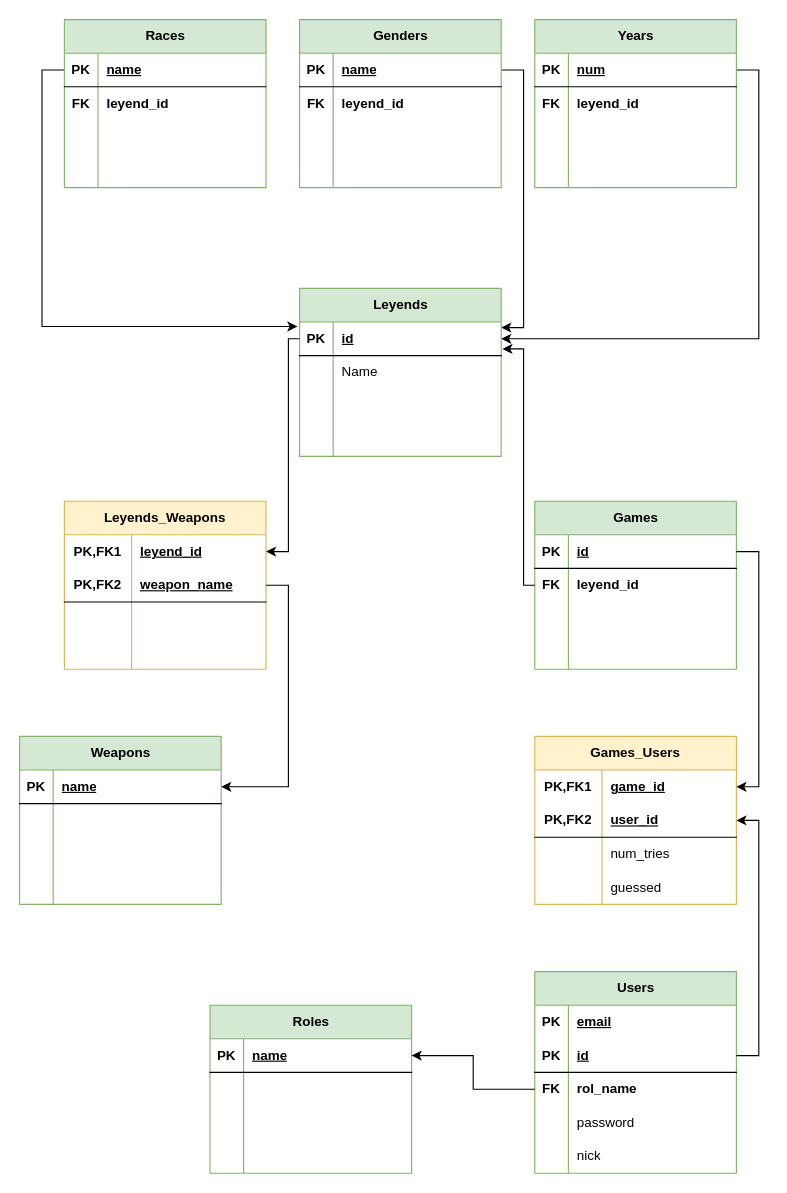
Earlier version of the draw.io diagram SQL/Diagram/Relational-Model.drawio (Angel-L-G/Brawdle). Source tidied: cells renumbered, new cells numbered last; positions are measured from the earlier drawing's top-left corner, leaving out a move shared by most shapes. Both pictures are drawn from the tidied source at 112%, with x=0, y=0 at pixel (19, 19).
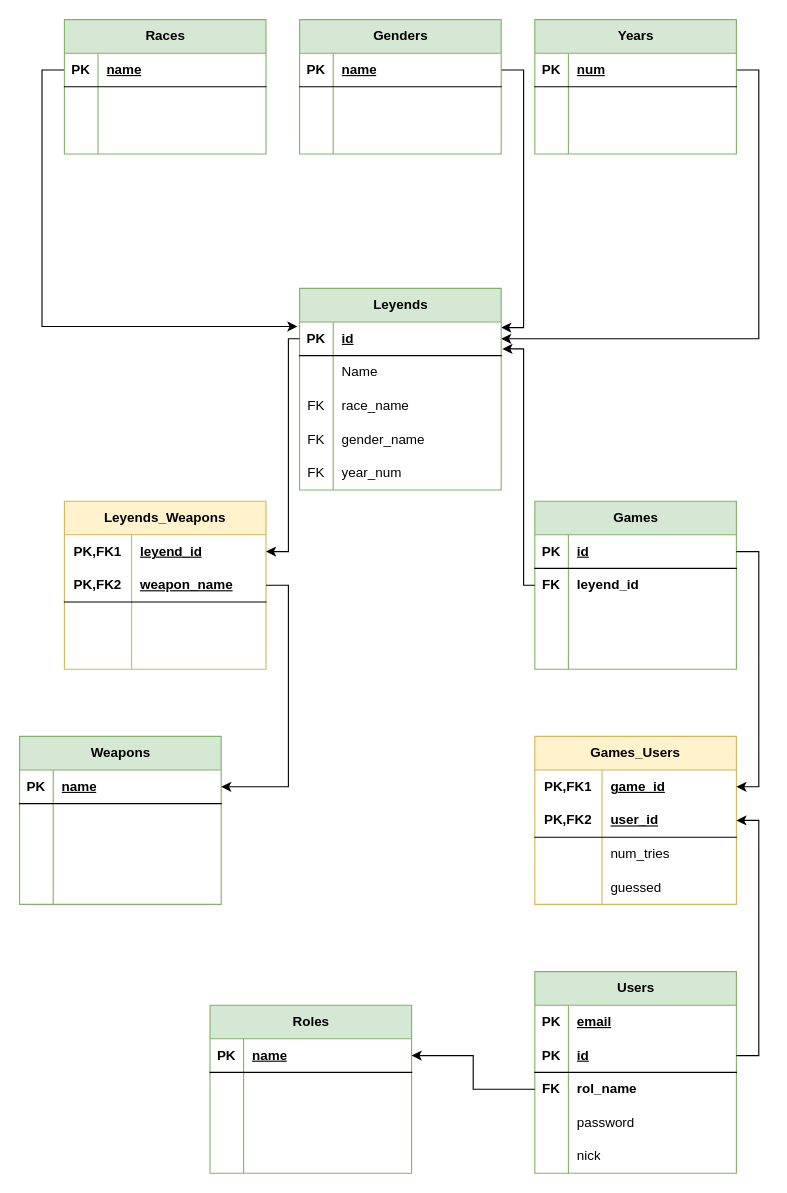
After the change.

Commit message:
fix: fixed tables fk were wrong Relational-Model.drawio

The change refers to these unchanged cells:
```xml
<mxCell id="64" style="shape=tableRow;horizontal=0;startSize=0;swimlaneHead=0;swimlaneBody=0;fillColor=none;top=0;left=0;right=0;bottom=0;" parent="57" vertex="1">
  <mxGeometry y="90" width="180" height="30" as="geometry" />
</mxCell>
<mxCell id="67" style="shape=tableRow;horizontal=0;startSize=0;swimlaneHead=0;swimlaneBody=0;fillColor=none;top=0;left=0;right=0;bottom=0;" parent="57" vertex="1">
  <mxGeometry y="120" width="180" height="30" as="geometry" />
</mxCell>
```

Diff of the diagram source:
```diff
@@
     <mxCell id="3" value="Races" style="shape=table;startSize=30;childLayout=tableLayout;rowLines=0;fontStyle=1;align=center;html=1;fillColor=#d5e8d4;strokeColor=#82b366;" parent="1" vertex="1">
-      <mxGeometry x="40" width="180" height="150" as="geometry" />
+      <mxGeometry x="40" width="180" height="120" as="geometry" />
     </mxCell>
@@
-    <mxCell id="7" style="shape=tableRow;horizontal=0;startSize=0;swimlaneHead=0;swimlaneBody=0;fillColor=none;top=0;left=0;right=0;bottom=0;" parent="3" vertex="1">
-      <mxGeometry y="60" width="180" height="30" as="geometry" />
-    </mxCell>
-    <mxCell id="8" value="&lt;b&gt;FK&lt;/b&gt;" style="shape=partialRectangle;fillColor=none;top=0;left=0;bottom=0;right=0;overflow=hidden;whiteSpace=wrap;html=1;" parent="7" vertex="1">
-      <mxGeometry width="30" height="30" as="geometry" />
-    </mxCell>
-    <mxCell id="9" value="&lt;b style=&quot;border-color: var(--border-color);&quot;&gt;leyend_id&lt;/b&gt;" style="shape=partialRectangle;fillColor=none;top=0;left=0;bottom=0;right=0;align=left;spacingLeft=6;overflow=hidden;whiteSpace=wrap;html=1;" parent="7" vertex="1">
-      <mxGeometry x="30" width="150" height="30" as="geometry" />
-    </mxCell>
     <mxCell id="10" style="shape=tableRow;horizontal=0;startSize=0;swimlaneHead=0;swimlaneBody=0;fillColor=none;top=0;left=0;right=0;bottom=0;" parent="3" vertex="1">
-      <mxGeometry y="90" width="180" height="30" as="geometry" />
+      <mxGeometry y="60" width="180" height="30" as="geometry" />
     </mxCell>
@@
     <mxCell id="13" style="shape=tableRow;horizontal=0;startSize=0;swimlaneHead=0;swimlaneBody=0;fillColor=none;top=0;left=0;right=0;bottom=0;" parent="3" vertex="1">
-      <mxGeometry y="120" width="180" height="30" as="geometry" />
+      <mxGeometry y="90" width="180" height="30" as="geometry" />
     </mxCell>
@@
     <mxCell id="30" value="Genders" style="shape=table;startSize=30;childLayout=tableLayout;rowLines=0;fontStyle=1;align=center;html=1;fillColor=#d5e8d4;strokeColor=#82b366;" parent="1" vertex="1">
-      <mxGeometry x="250" width="180" height="150" as="geometry" />
+      <mxGeometry x="250" width="180" height="120" as="geometry" />
     </mxCell>
@@
-    <mxCell id="34" style="shape=tableRow;horizontal=0;startSize=0;swimlaneHead=0;swimlaneBody=0;fillColor=none;top=0;left=0;right=0;bottom=0;" parent="30" vertex="1">
-      <mxGeometry y="60" width="180" height="30" as="geometry" />
-    </mxCell>
-    <mxCell id="35" value="&lt;b&gt;FK&lt;/b&gt;" style="shape=partialRectangle;fillColor=none;top=0;left=0;bottom=0;right=0;overflow=hidden;whiteSpace=wrap;html=1;" parent="34" vertex="1">
-      <mxGeometry width="30" height="30" as="geometry" />
-    </mxCell>
-    <mxCell id="36" value="&lt;b style=&quot;border-color: var(--border-color);&quot;&gt;leyend_id&lt;/b&gt;" style="shape=partialRectangle;fillColor=none;top=0;left=0;bottom=0;right=0;align=left;spacingLeft=6;overflow=hidden;whiteSpace=wrap;html=1;" parent="34" vertex="1">
-      <mxGeometry x="30" width="150" height="30" as="geometry" />
-    </mxCell>
     <mxCell id="37" style="shape=tableRow;horizontal=0;startSize=0;swimlaneHead=0;swimlaneBody=0;fillColor=none;top=0;left=0;right=0;bottom=0;" parent="30" vertex="1">
-      <mxGeometry y="90" width="180" height="30" as="geometry" />
+      <mxGeometry y="60" width="180" height="30" as="geometry" />
     </mxCell>
@@
     <mxCell id="40" style="shape=tableRow;horizontal=0;startSize=0;swimlaneHead=0;swimlaneBody=0;fillColor=none;top=0;left=0;right=0;bottom=0;" parent="30" vertex="1">
-      <mxGeometry y="120" width="180" height="30" as="geometry" />
+      <mxGeometry y="90" width="180" height="30" as="geometry" />
     </mxCell>
@@
     <mxCell id="44" value="Years" style="shape=table;startSize=30;childLayout=tableLayout;rowLines=0;fontStyle=1;align=center;html=1;fillColor=#d5e8d4;strokeColor=#82b366;" parent="1" vertex="1">
-      <mxGeometry x="460" width="180" height="150" as="geometry" />
+      <mxGeometry x="460" width="180" height="120" as="geometry" />
     </mxCell>
@@
-    <mxCell id="48" style="shape=tableRow;horizontal=0;startSize=0;swimlaneHead=0;swimlaneBody=0;fillColor=none;top=0;left=0;right=0;bottom=0;" parent="44" vertex="1">
-      <mxGeometry y="60" width="180" height="30" as="geometry" />
-    </mxCell>
-    <mxCell id="49" value="&lt;b&gt;FK&lt;/b&gt;" style="shape=partialRectangle;fillColor=none;top=0;left=0;bottom=0;right=0;overflow=hidden;whiteSpace=wrap;html=1;" parent="48" vertex="1">
-      <mxGeometry width="30" height="30" as="geometry" />
-    </mxCell>
-    <mxCell id="50" value="&lt;b style=&quot;border-color: var(--border-color);&quot;&gt;leyend_id&lt;/b&gt;" style="shape=partialRectangle;fillColor=none;top=0;left=0;bottom=0;right=0;align=left;spacingLeft=6;overflow=hidden;whiteSpace=wrap;html=1;" parent="48" vertex="1">
-      <mxGeometry x="30" width="150" height="30" as="geometry" />
-    </mxCell>
     <mxCell id="51" style="shape=tableRow;horizontal=0;startSize=0;swimlaneHead=0;swimlaneBody=0;fillColor=none;top=0;left=0;right=0;bottom=0;" parent="44" vertex="1">
-      <mxGeometry y="90" width="180" height="30" as="geometry" />
+      <mxGeometry y="60" width="180" height="30" as="geometry" />
     </mxCell>
@@
     <mxCell id="54" style="shape=tableRow;horizontal=0;startSize=0;swimlaneHead=0;swimlaneBody=0;fillColor=none;top=0;left=0;right=0;bottom=0;" parent="44" vertex="1">
-      <mxGeometry y="120" width="180" height="30" as="geometry" />
+      <mxGeometry y="90" width="180" height="30" as="geometry" />
     </mxCell>
@@
     <mxCell id="57" value="Leyends" style="shape=table;startSize=30;childLayout=tableLayout;rowLines=0;fontStyle=1;align=center;html=1;fillColor=#d5e8d4;strokeColor=#82b366;" parent="1" vertex="1">
-      <mxGeometry x="250" y="240" width="180" height="150" as="geometry" />
+      <mxGeometry x="250" y="240" width="180" height="180" as="geometry" />
     </mxCell>
@@
-    <mxCell id="65" style="shape=partialRectangle;fillColor=none;top=0;left=0;bottom=0;right=0;overflow=hidden;whiteSpace=wrap;html=1;" parent="64" vertex="1">
-      <mxGeometry width="30" height="30" as="geometry" />
-    </mxCell>
-    <mxCell id="66" style="shape=partialRectangle;fillColor=none;top=0;left=0;bottom=0;right=0;align=left;spacingLeft=6;overflow=hidden;whiteSpace=wrap;html=1;" parent="64" vertex="1">
-      <mxGeometry x="30" width="150" height="30" as="geometry" />
-    </mxCell>
+    <mxCell id="144" value="FK" style="shape=partialRectangle;fillColor=none;top=0;left=0;bottom=0;right=0;overflow=hidden;whiteSpace=wrap;html=1;" parent="64" vertex="1">
+      <mxGeometry width="30" height="30" as="geometry" />
+    </mxCell>
+    <mxCell id="145" value="race_name" style="shape=partialRectangle;fillColor=none;top=0;left=0;bottom=0;right=0;align=left;spacingLeft=6;overflow=hidden;whiteSpace=wrap;html=1;" parent="64" vertex="1">
+      <mxGeometry x="30" width="150" height="30" as="geometry" />
+    </mxCell>
@@
-    <mxCell id="68" style="shape=partialRectangle;fillColor=none;top=0;left=0;bottom=0;right=0;overflow=hidden;whiteSpace=wrap;html=1;" parent="67" vertex="1">
-      <mxGeometry width="30" height="30" as="geometry" />
-    </mxCell>
-    <mxCell id="69" style="shape=partialRectangle;fillColor=none;top=0;left=0;bottom=0;right=0;align=left;spacingLeft=6;overflow=hidden;whiteSpace=wrap;html=1;" parent="67" vertex="1">
-      <mxGeometry x="30" width="150" height="30" as="geometry" />
-    </mxCell>
+    <mxCell id="146" value="FK" style="shape=partialRectangle;fillColor=none;top=0;left=0;bottom=0;right=0;overflow=hidden;whiteSpace=wrap;html=1;" parent="67" vertex="1">
+      <mxGeometry width="30" height="30" as="geometry" />
+    </mxCell>
+    <mxCell id="147" value="gender_name" style="shape=partialRectangle;fillColor=none;top=0;left=0;bottom=0;right=0;align=left;spacingLeft=6;overflow=hidden;whiteSpace=wrap;html=1;" parent="67" vertex="1">
+      <mxGeometry x="30" width="150" height="30" as="geometry" />
+    </mxCell>
+    <mxCell id="148" style="shape=tableRow;horizontal=0;startSize=0;swimlaneHead=0;swimlaneBody=0;fillColor=none;top=0;left=0;right=0;bottom=0;" parent="57" vertex="1">
+      <mxGeometry y="150" width="180" height="30" as="geometry" />
+    </mxCell>
+    <mxCell id="149" value="FK" style="shape=partialRectangle;fillColor=none;top=0;left=0;bottom=0;right=0;overflow=hidden;whiteSpace=wrap;html=1;" parent="148" vertex="1">
+      <mxGeometry width="30" height="30" as="geometry" />
+    </mxCell>
+    <mxCell id="150" value="year_num" style="shape=partialRectangle;fillColor=none;top=0;left=0;bottom=0;right=0;align=left;spacingLeft=6;overflow=hidden;whiteSpace=wrap;html=1;" parent="148" vertex="1">
+      <mxGeometry x="30" width="150" height="30" as="geometry" />
+    </mxCell>
```
